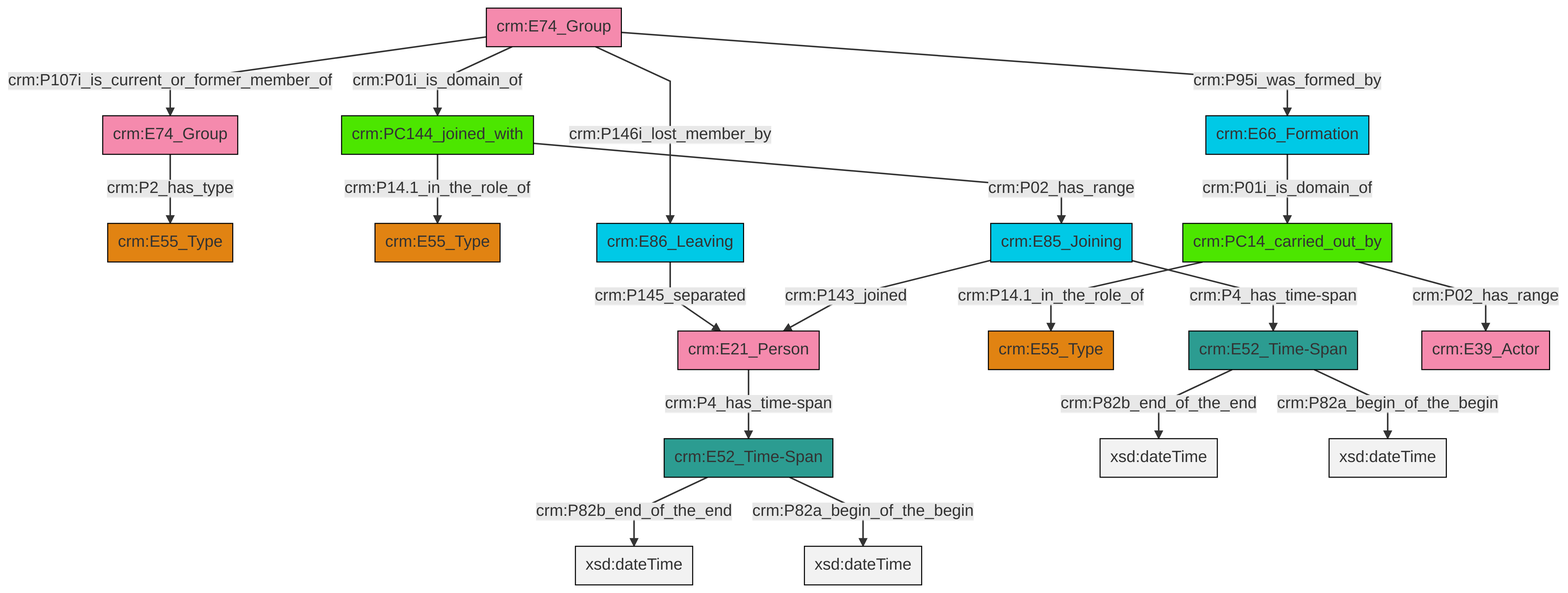
This is et/groupCSV/ttl/mmd/png/group_actor_relations.png from swiss-art-research-net/docs.swissartresearch, a Mermaid export, as it was before one commit. Its source is kept beside it as et/groupCSV/ttl/mmd/group_actor_relations.ttl.mmd.
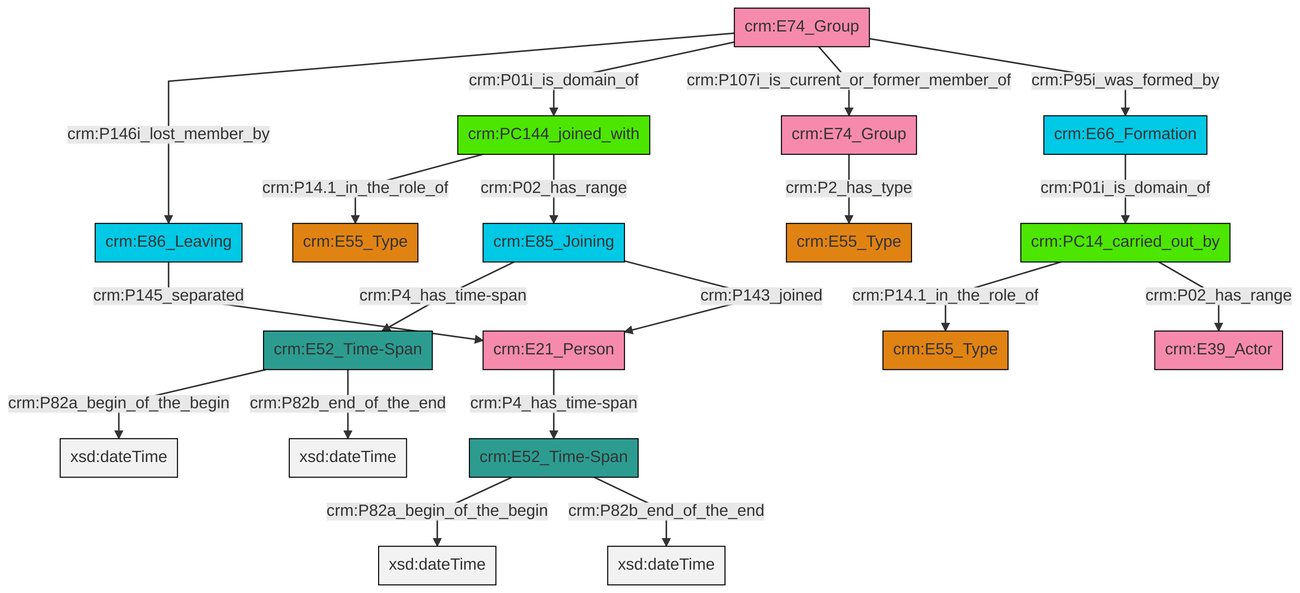
The same file after the commit.

Diff of the diagram source:
```diff
@@ -13,21 +13,21 @@
 classDef PC_Classes fill:#4ce600, stroke:#000000;
 classDef Multi fill:#cccccc,stroke:#000000;
 
-0["crm:E74_Group"]:::Actor -->|crm:P2_has_type| 1["crm:E55_Type"]:::Type
-4["crm:PC144_joined_with"]:::PC_Classes -->|crm:P14.1_in_the_role_of| 2["crm:E55_Type"]:::Type
-5["crm:E86_Leaving"]:::Temporal_Entity -->|crm:P145_separated| 6["crm:E21_Person"]:::Actor
-7["crm:E52_Time-Span"]:::Time-Span -->|crm:P82b_end_of_the_end| 8[xsd:dateTime]:::Literal
-13["crm:E74_Group"]:::Actor -->|crm:P146i_lost_member_by| 5["crm:E86_Leaving"]:::Temporal_Entity
-18["crm:E52_Time-Span"]:::Time-Span -->|crm:P82b_end_of_the_end| 19[xsd:dateTime]:::Literal
-22["crm:PC14_carried_out_by"]:::PC_Classes -->|crm:P14.1_in_the_role_of| 16["crm:E55_Type"]:::Type
-7["crm:E52_Time-Span"]:::Time-Span -->|crm:P82a_begin_of_the_begin| 23[xsd:dateTime]:::Literal
-22["crm:PC14_carried_out_by"]:::PC_Classes -->|crm:P02_has_range| 25["crm:E39_Actor"]:::Actor
-13["crm:E74_Group"]:::Actor -->|crm:P95i_was_formed_by| 27["crm:E66_Formation"]:::Temporal_Entity
-14["crm:E85_Joining"]:::Temporal_Entity -->|crm:P4_has_time-span| 18["crm:E52_Time-Span"]:::Time-Span
-13["crm:E74_Group"]:::Actor -->|crm:P107i_is_current_or_former_member_of| 0["crm:E74_Group"]:::Actor
-6["crm:E21_Person"]:::Actor -->|crm:P4_has_time-span| 7["crm:E52_Time-Span"]:::Time-Span
-4["crm:PC144_joined_with"]:::PC_Classes -->|crm:P02_has_range| 14["crm:E85_Joining"]:::Temporal_Entity
-27["crm:E66_Formation"]:::Temporal_Entity -->|crm:P01i_is_domain_of| 22["crm:PC14_carried_out_by"]:::PC_Classes
-13["crm:E74_Group"]:::Actor -->|crm:P01i_is_domain_of| 4["crm:PC144_joined_with"]:::PC_Classes
-18["crm:E52_Time-Span"]:::Time-Span -->|crm:P82a_begin_of_the_begin| 32[xsd:dateTime]:::Literal
-14["crm:E85_Joining"]:::Temporal_Entity -->|crm:P143_joined| 6["crm:E21_Person"]:::Actor
+0["crm:E52_Time-Span"]:::Time-Span -->|crm:P82a_begin_of_the_begin| 1[xsd:dateTime]:::Literal
+2["crm:PC144_joined_with"]:::PC_Classes -->|crm:P14.1_in_the_role_of| 3["crm:E55_Type"]:::Type
+2["crm:PC144_joined_with"]:::PC_Classes -->|crm:P02_has_range| 11["crm:E85_Joining"]:::Temporal_Entity
+5["crm:PC14_carried_out_by"]:::PC_Classes -->|crm:P14.1_in_the_role_of| 12["crm:E55_Type"]:::Type
+13["crm:E52_Time-Span"]:::Time-Span -->|crm:P82a_begin_of_the_begin| 14[xsd:dateTime]:::Literal
+13["crm:E52_Time-Span"]:::Time-Span -->|crm:P82b_end_of_the_end| 15[xsd:dateTime]:::Literal
+20["crm:E74_Group"]:::Actor -->|crm:P2_has_type| 8["crm:E55_Type"]:::Type
+18["crm:E86_Leaving"]:::Temporal_Entity -->|crm:P145_separated| 21["crm:E21_Person"]:::Actor
+21["crm:E21_Person"]:::Actor -->|crm:P4_has_time-span| 13["crm:E52_Time-Span"]:::Time-Span
+11["crm:E85_Joining"]:::Temporal_Entity -->|crm:P4_has_time-span| 0["crm:E52_Time-Span"]:::Time-Span
+25["crm:E66_Formation"]:::Temporal_Entity -->|crm:P01i_is_domain_of| 5["crm:PC14_carried_out_by"]:::PC_Classes
+16["crm:E74_Group"]:::Actor -->|crm:P146i_lost_member_by| 18["crm:E86_Leaving"]:::Temporal_Entity
+11["crm:E85_Joining"]:::Temporal_Entity -->|crm:P143_joined| 21["crm:E21_Person"]:::Actor
+0["crm:E52_Time-Span"]:::Time-Span -->|crm:P82b_end_of_the_end| 26[xsd:dateTime]:::Literal
+5["crm:PC14_carried_out_by"]:::PC_Classes -->|crm:P02_has_range| 27["crm:E39_Actor"]:::Actor
+16["crm:E74_Group"]:::Actor -->|crm:P01i_is_domain_of| 2["crm:PC144_joined_with"]:::PC_Classes
+16["crm:E74_Group"]:::Actor -->|crm:P107i_is_current_or_former_member_of| 20["crm:E74_Group"]:::Actor
+16["crm:E74_Group"]:::Actor -->|crm:P95i_was_formed_by| 25["crm:E66_Formation"]:::Temporal_Entity
```
